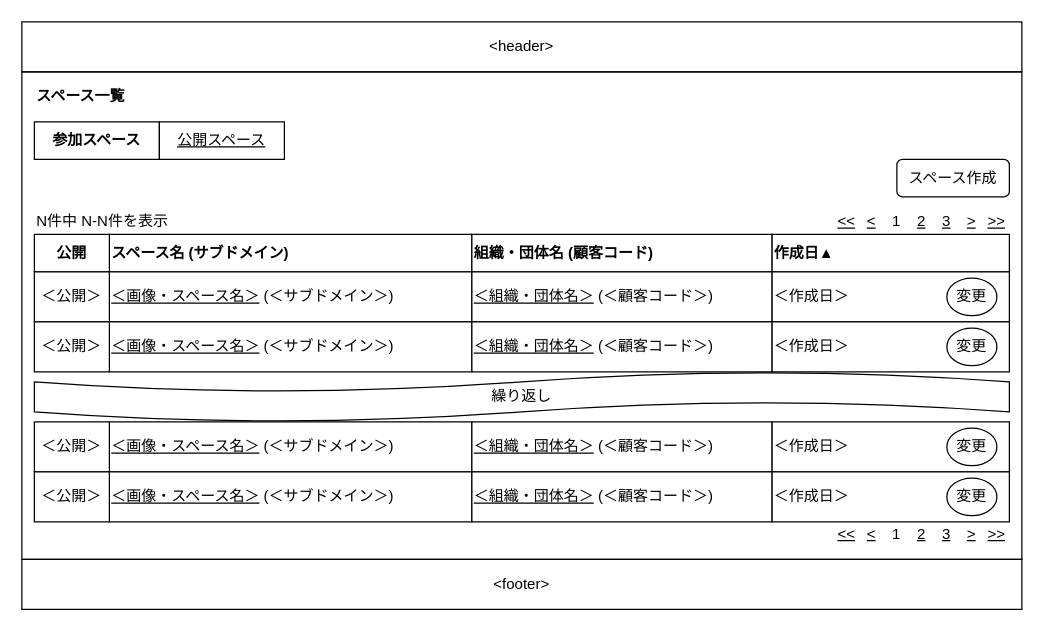
Before: 設計/画面設計/参加スペース一覧.drawio in nightonlypj/rails-app-origin, a draw.io diagram. Source tidied: cells renumbered, new cells numbered last; positions are measured from the earlier drawing's top-left corner, leaving out a move shared by most shapes. Both pictures are drawn from the tidied source at 125%, with x=0, y=0 at pixel (21, 21).
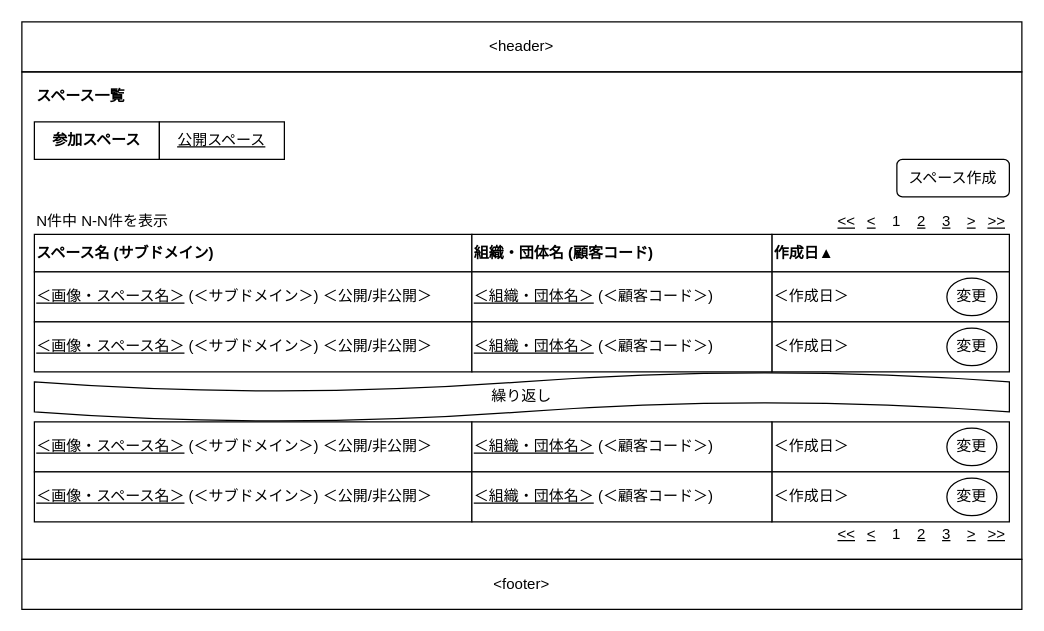
The same page after the edit.

What changed in the source:
```diff
@@
     <mxCell id="24" value="&lt;b&gt;スペース名 (サブドメイン)&lt;/b&gt;" style="rounded=0;whiteSpace=wrap;html=1;align=left;" parent="1" vertex="1">
-      <mxGeometry x="70" y="170" width="290" height="30" as="geometry" />
+      <mxGeometry x="10" y="170" width="350" height="30" as="geometry" />
     </mxCell>
-    <mxCell id="25" value="&lt;u&gt;＜画像・スペース名＞&lt;/u&gt; (＜サブドメイン＞)" style="rounded=0;whiteSpace=wrap;html=1;align=left;" parent="1" vertex="1">
-      <mxGeometry x="70" y="200" width="290" height="40" as="geometry" />
+    <mxCell id="25" value="&lt;u&gt;＜画像・スペース名＞&lt;/u&gt; (＜サブドメイン＞)&amp;nbsp;＜公開/非公開＞" style="rounded=0;whiteSpace=wrap;html=1;align=left;" parent="1" vertex="1">
+      <mxGeometry x="10" y="200" width="350" height="40" as="geometry" />
     </mxCell>
@@
-    <mxCell id="32" value="&lt;u&gt;＜画像・スペース名＞&lt;/u&gt;&amp;nbsp;(＜サブドメイン＞)" style="rounded=0;whiteSpace=wrap;html=1;align=left;" parent="1" vertex="1">
-      <mxGeometry x="70" y="240" width="290" height="40" as="geometry" />
+    <mxCell id="32" value="&lt;u&gt;＜画像・スペース名＞&lt;/u&gt;&amp;nbsp;(＜サブドメイン＞)&amp;nbsp;＜公開/非公開＞" style="rounded=0;whiteSpace=wrap;html=1;align=left;" parent="1" vertex="1">
+      <mxGeometry x="10" y="240" width="350" height="40" as="geometry" />
     </mxCell>
@@
-    <mxCell id="36" value="&lt;u&gt;＜画像・スペース名＞&lt;/u&gt;&amp;nbsp;(＜サブドメイン＞)" style="rounded=0;whiteSpace=wrap;html=1;align=left;" parent="1" vertex="1">
-      <mxGeometry x="70" y="320" width="290" height="40" as="geometry" />
+    <mxCell id="36" value="&lt;u&gt;＜画像・スペース名＞&lt;/u&gt;&amp;nbsp;(＜サブドメイン＞)&amp;nbsp;＜公開/非公開＞" style="rounded=0;whiteSpace=wrap;html=1;align=left;" parent="1" vertex="1">
+      <mxGeometry x="10" y="320" width="350" height="40" as="geometry" />
     </mxCell>
@@
-    <mxCell id="40" value="&lt;u&gt;＜画像・スペース名＞&lt;/u&gt;&amp;nbsp;(＜サブドメイン＞)" style="rounded=0;whiteSpace=wrap;html=1;align=left;" parent="1" vertex="1">
-      <mxGeometry x="70" y="360" width="290" height="40" as="geometry" />
+    <mxCell id="40" value="&lt;u&gt;＜画像・スペース名＞&lt;/u&gt;&amp;nbsp;(＜サブドメイン＞)&amp;nbsp;＜公開/非公開＞" style="rounded=0;whiteSpace=wrap;html=1;align=left;" parent="1" vertex="1">
+      <mxGeometry x="10" y="360" width="350" height="40" as="geometry" />
     </mxCell>
@@
-    <mxCell id="44" value="&lt;b&gt;公開&lt;/b&gt;" style="rounded=0;whiteSpace=wrap;html=1;align=center;" parent="1" vertex="1">
-      <mxGeometry x="10" y="170" width="60" height="30" as="geometry" />
-    </mxCell>
-    <mxCell id="45" value="＜公開＞" style="rounded=0;whiteSpace=wrap;html=1;align=center;" parent="1" vertex="1">
-      <mxGeometry x="10" y="200" width="60" height="40" as="geometry" />
-    </mxCell>
-    <mxCell id="46" value="＜公開＞" style="rounded=0;whiteSpace=wrap;html=1;align=center;" parent="1" vertex="1">
-      <mxGeometry x="10" y="240" width="60" height="40" as="geometry" />
-    </mxCell>
-    <mxCell id="47" value="＜公開＞" style="rounded=0;whiteSpace=wrap;html=1;align=center;" parent="1" vertex="1">
-      <mxGeometry x="10" y="320" width="60" height="40" as="geometry" />
-    </mxCell>
-    <mxCell id="48" value="＜公開＞" style="rounded=0;whiteSpace=wrap;html=1;align=center;" parent="1" vertex="1">
-      <mxGeometry x="10" y="360" width="60" height="40" as="geometry" />
-    </mxCell>
```
